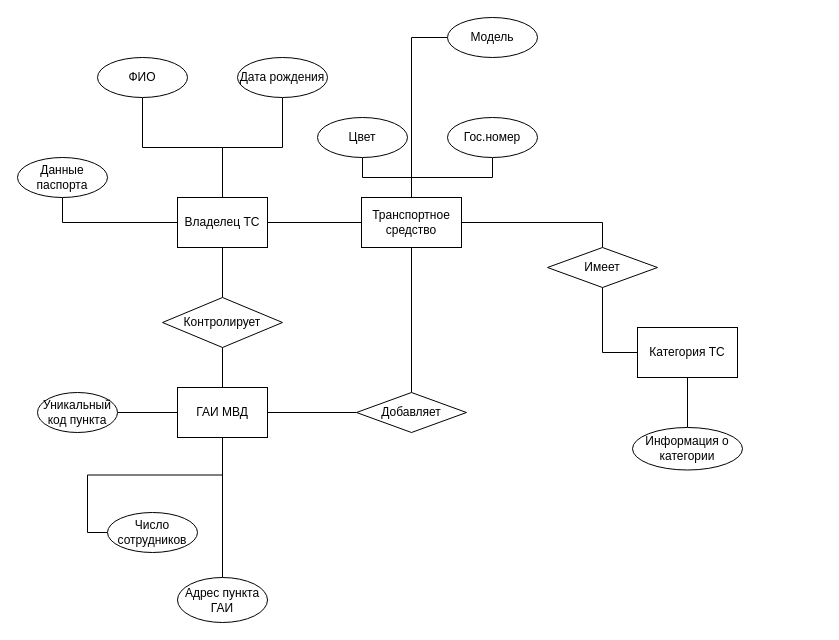
Above: lab3DB.drawio in duahifnv/TrafficInspectionApp (draw.io), before the change. Source tidied: cells renumbered, new cells numbered last; positions are measured from the earlier drawing's top-left corner, leaving out a move shared by most shapes. Both pictures are drawn from the tidied source at 100%, with x=0, y=0 at pixel (17, 17).
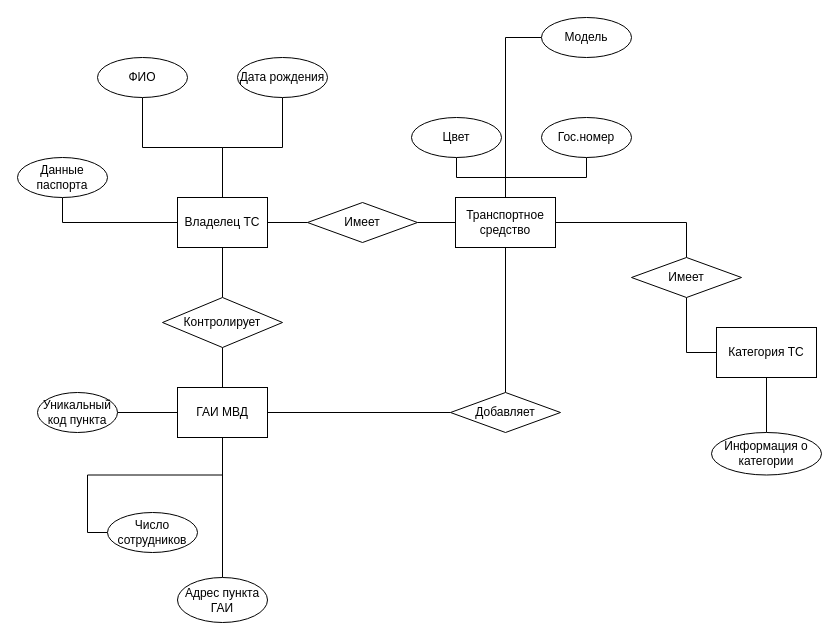
The same diagram, later.

The change refers to these unchanged cells:
```xml
<mxCell id="6" value="Владелец ТС" style="rounded=0;whiteSpace=wrap;html=1;" parent="1" vertex="1">
  <mxGeometry x="160" y="180" width="90" height="50" as="geometry" />
</mxCell>
```

Change to the diagram source:
```diff
@@
-    <mxCell id="5" style="edgeStyle=orthogonalEdgeStyle;rounded=0;jettySize=auto;html=1;entryX=0;entryY=0.5;entryDx=0;entryDy=0;endArrow=none;endFill=0;" parent="1" edge="1" source="6" target="17">
-      <mxGeometry relative="1" as="geometry" />
-    </mxCell>
+    <mxCell id="36" style="edgeStyle=orthogonalEdgeStyle;rounded=0;jettySize=auto;html=1;endArrow=none;endFill=0;" parent="1" edge="1" source="6" target="38">
+      <mxGeometry relative="1" as="geometry" />
+    </mxCell>
@@
     <mxCell id="17" value="Транспортное средство" style="rounded=0;whiteSpace=wrap;html=1;" parent="1" vertex="1">
-      <mxGeometry x="344" y="180" width="100" height="50" as="geometry" />
+      <mxGeometry x="438" y="180" width="100" height="50" as="geometry" />
     </mxCell>
@@
     <mxCell id="27" value="Добавляет" style="rhombus;whiteSpace=wrap;html=1;" parent="1" vertex="1">
-      <mxGeometry x="339" y="375" width="110" height="40" as="geometry" />
+      <mxGeometry x="433" y="375" width="110" height="40" as="geometry" />
     </mxCell>
     <mxCell id="28" value="Гос.номер" style="ellipse;whiteSpace=wrap;html=1;" parent="1" vertex="1">
-      <mxGeometry x="430" y="100" width="90" height="40" as="geometry" />
+      <mxGeometry x="524" y="100" width="90" height="40" as="geometry" />
     </mxCell>
     <mxCell id="29" value="Модель" style="ellipse;whiteSpace=wrap;html=1;" parent="1" vertex="1">
-      <mxGeometry x="430" width="90" height="40" as="geometry" />
+      <mxGeometry x="524" width="90" height="40" as="geometry" />
     </mxCell>
     <mxCell id="30" value="Цвет" style="ellipse;whiteSpace=wrap;html=1;" parent="1" vertex="1">
-      <mxGeometry x="300" y="100" width="90" height="40" as="geometry" />
+      <mxGeometry x="394" y="100" width="90" height="40" as="geometry" />
     </mxCell>
@@
     <mxCell id="32" value="Категория ТС" style="rounded=0;whiteSpace=wrap;html=1;" parent="1" vertex="1">
-      <mxGeometry x="620" y="310" width="100" height="50" as="geometry" />
+      <mxGeometry x="699" y="310" width="100" height="50" as="geometry" />
     </mxCell>
@@
     <mxCell id="34" value="Имеет" style="rhombus;whiteSpace=wrap;html=1;" parent="1" vertex="1">
-      <mxGeometry x="530" y="230" width="110" height="40" as="geometry" />
+      <mxGeometry x="614" y="240" width="110" height="40" as="geometry" />
     </mxCell>
     <mxCell id="35" value="Информация о категории" style="ellipse;whiteSpace=wrap;html=1;" parent="1" vertex="1">
-      <mxGeometry x="615" y="410" width="110" height="42.5" as="geometry" />
+      <mxGeometry x="694" y="415" width="110" height="42.5" as="geometry" />
     </mxCell>
+    <mxCell id="37" style="edgeStyle=orthogonalEdgeStyle;rounded=0;jettySize=auto;html=1;endArrow=none;endFill=0;" parent="1" edge="1" source="38" target="17">
+      <mxGeometry relative="1" as="geometry" />
+    </mxCell>
+    <mxCell id="38" value="Имеет" style="rhombus;whiteSpace=wrap;html=1;" parent="1" vertex="1">
+      <mxGeometry x="290" y="185" width="110" height="40" as="geometry" />
+    </mxCell>
```
